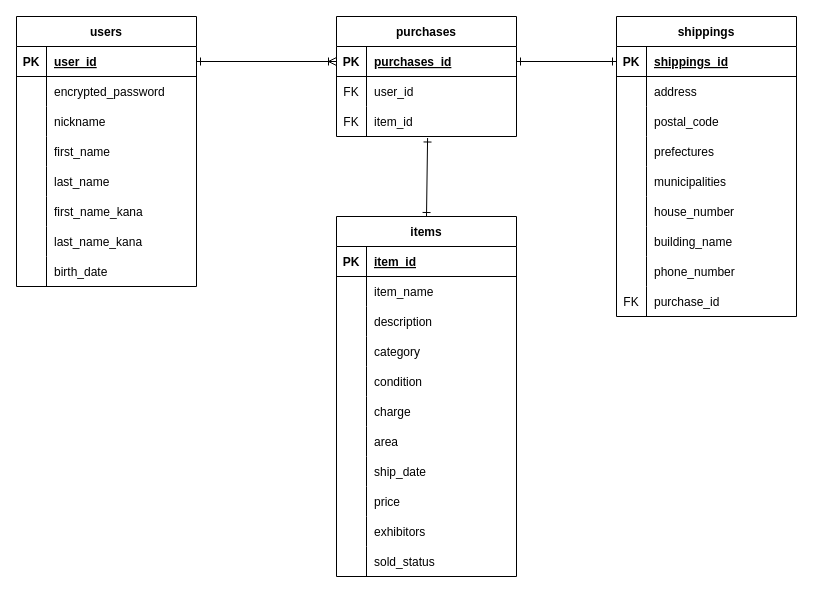
Earlier version of the draw.io diagram DB.dio (okazawayu/furima-38066). Source tidied: cells renumbered, new cells numbered last; positions are measured from the earlier drawing's top-left corner, leaving out a move shared by most shapes. Both pictures are drawn from the tidied source at 100%, with x=0, y=0 at pixel (16, 16).
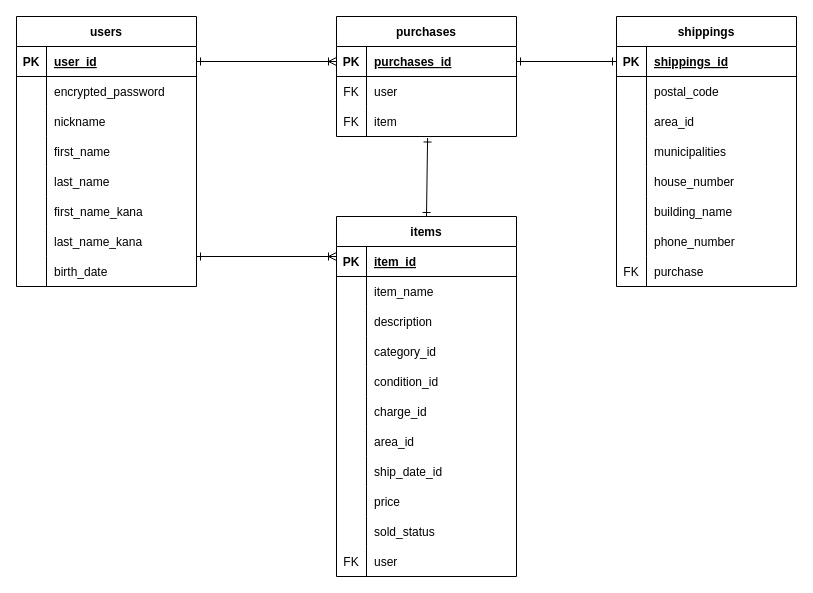
The same page after the edit.

Unchanged cells that the change refers to:
```xml
<mxCell id="6" style="shape=partialRectangle;fillColor=none;top=0;left=0;bottom=0;right=0;" parent="2" vertex="1">
  <mxGeometry y="60" width="180" height="30" as="geometry" />
</mxCell>
<mxCell id="9" style="shape=partialRectangle;fillColor=none;top=0;left=0;bottom=0;right=0;points=[[0,0.5],[1,0.5]];portConstraint=eastwest;" parent="2" vertex="1">
  <mxGeometry y="90" width="180" height="30" as="geometry" />
</mxCell>
<mxCell id="12" value="items" style="shape=table;startSize=30;childLayout=tableLayout;rowLines=0;fontStyle=1;align=center;" parent="1" vertex="1">
  <mxGeometry x="320" y="200" width="180" height="360" as="geometry" />
</mxCell>
<mxCell id="22" style="shape=partialRectangle;fillColor=none;top=0;left=0;bottom=0;right=0;" parent="12" vertex="1">
  <mxGeometry y="120" width="180" height="30" as="geometry" />
</mxCell>
<mxCell id="25" style="shape=partialRectangle;fillColor=none;top=0;left=0;bottom=0;right=0;" parent="12" vertex="1">
  <mxGeometry y="150" width="180" height="30" as="geometry" />
</mxCell>
<mxCell id="28" style="shape=partialRectangle;fillColor=none;top=0;left=0;bottom=0;right=0;" parent="12" vertex="1">
  <mxGeometry y="180" width="180" height="30" as="geometry" />
</mxCell>
<mxCell id="31" style="shape=partialRectangle;fillColor=none;top=0;left=0;bottom=0;right=0;" parent="12" vertex="1">
  <mxGeometry y="210" width="180" height="30" as="geometry" />
</mxCell>
<mxCell id="34" style="shape=partialRectangle;fillColor=none;top=0;left=0;bottom=0;right=0;" parent="12" vertex="1">
  <mxGeometry y="240" width="180" height="30" as="geometry" />
</mxCell>
```

What changed in the source:
```diff
@@
-    <mxCell id="8" value="user_id" style="shape=partialRectangle;fillColor=none;top=0;left=0;bottom=0;right=0;align=left;spacingLeft=6;overflow=hidden;" parent="6" vertex="1">
+    <mxCell id="8" value="user" style="shape=partialRectangle;fillColor=none;top=0;left=0;bottom=0;right=0;align=left;spacingLeft=6;overflow=hidden;" parent="6" vertex="1">
       <mxGeometry x="30" width="150" height="30" as="geometry" />
     </mxCell>
@@
-    <mxCell id="11" value="item_id" style="shape=partialRectangle;fillColor=none;top=0;left=0;bottom=0;right=0;align=left;spacingLeft=6;overflow=hidden;" parent="9" vertex="1">
+    <mxCell id="11" value="item" style="shape=partialRectangle;fillColor=none;top=0;left=0;bottom=0;right=0;align=left;spacingLeft=6;overflow=hidden;" parent="9" vertex="1">
       <mxGeometry x="30" width="150" height="30" as="geometry" />
     </mxCell>
@@
-    <mxCell id="24" value="category" style="shape=partialRectangle;fillColor=none;top=0;left=0;bottom=0;right=0;align=left;spacingLeft=6;overflow=hidden;" parent="22" vertex="1">
+    <mxCell id="24" value="category_id" style="shape=partialRectangle;fillColor=none;top=0;left=0;bottom=0;right=0;align=left;spacingLeft=6;overflow=hidden;" parent="22" vertex="1">
       <mxGeometry x="30" width="150" height="30" as="geometry" />
     </mxCell>
@@
-    <mxCell id="27" value="condition" style="shape=partialRectangle;fillColor=none;top=0;left=0;bottom=0;right=0;align=left;spacingLeft=6;overflow=hidden;" parent="25" vertex="1">
+    <mxCell id="27" value="condition_id" style="shape=partialRectangle;fillColor=none;top=0;left=0;bottom=0;right=0;align=left;spacingLeft=6;overflow=hidden;" parent="25" vertex="1">
       <mxGeometry x="30" width="150" height="30" as="geometry" />
     </mxCell>
@@
-    <mxCell id="30" value="charge" style="shape=partialRectangle;fillColor=none;top=0;left=0;bottom=0;right=0;align=left;spacingLeft=6;overflow=hidden;" parent="28" vertex="1">
+    <mxCell id="30" value="charge_id" style="shape=partialRectangle;fillColor=none;top=0;left=0;bottom=0;right=0;align=left;spacingLeft=6;overflow=hidden;" parent="28" vertex="1">
       <mxGeometry x="30" width="150" height="30" as="geometry" />
     </mxCell>
@@
-    <mxCell id="33" value="area" style="shape=partialRectangle;fillColor=none;top=0;left=0;bottom=0;right=0;align=left;spacingLeft=6;overflow=hidden;" parent="31" vertex="1">
+    <mxCell id="33" value="area_id" style="shape=partialRectangle;fillColor=none;top=0;left=0;bottom=0;right=0;align=left;spacingLeft=6;overflow=hidden;" parent="31" vertex="1">
       <mxGeometry x="30" width="150" height="30" as="geometry" />
     </mxCell>
@@
-    <mxCell id="36" value="ship_date" style="shape=partialRectangle;fillColor=none;top=0;left=0;bottom=0;right=0;align=left;spacingLeft=6;overflow=hidden;" parent="34" vertex="1">
+    <mxCell id="36" value="ship_date_id" style="shape=partialRectangle;fillColor=none;top=0;left=0;bottom=0;right=0;align=left;spacingLeft=6;overflow=hidden;" parent="34" vertex="1">
       <mxGeometry x="30" width="150" height="30" as="geometry" />
     </mxCell>
@@
-    <mxCell id="40" style="shape=partialRectangle;fillColor=none;top=0;left=0;bottom=0;right=0;" parent="12" vertex="1">
-      <mxGeometry y="300" width="180" height="30" as="geometry" />
-    </mxCell>
-    <mxCell id="41" style="shape=partialRectangle;fillColor=none;top=0;left=0;bottom=0;right=0;overflow=hidden;" parent="40" vertex="1">
-      <mxGeometry width="30" height="30" as="geometry" />
-    </mxCell>
-    <mxCell id="42" value="exhibitors" style="shape=partialRectangle;fillColor=none;top=0;left=0;bottom=0;right=0;align=left;spacingLeft=6;overflow=hidden;" parent="40" vertex="1">
-      <mxGeometry x="30" width="150" height="30" as="geometry" />
-    </mxCell>
     <mxCell id="43" style="shape=partialRectangle;fillColor=none;top=0;left=0;bottom=0;right=0;" parent="12" vertex="1">
-      <mxGeometry y="330" width="180" height="30" as="geometry" />
+      <mxGeometry y="300" width="180" height="30" as="geometry" />
     </mxCell>
@@
+    <mxCell id="102" style="shape=partialRectangle;fillColor=none;top=0;left=0;bottom=0;right=0;" parent="12" vertex="1">
+      <mxGeometry y="330" width="180" height="30" as="geometry" />
+    </mxCell>
+    <mxCell id="103" value="FK" style="shape=partialRectangle;fillColor=none;top=0;left=0;bottom=0;right=0;overflow=hidden;" parent="102" vertex="1">
+      <mxGeometry width="30" height="30" as="geometry" />
+    </mxCell>
+    <mxCell id="104" value="user" style="shape=partialRectangle;fillColor=none;top=0;left=0;bottom=0;right=0;align=left;spacingLeft=6;overflow=hidden;" parent="102" vertex="1">
+      <mxGeometry x="30" width="150" height="30" as="geometry" />
+    </mxCell>
     <mxCell id="46" value="shippings" style="shape=table;startSize=30;childLayout=tableLayout;rowLines=0;fontStyle=1;align=center;" parent="1" vertex="1">
-      <mxGeometry x="600" width="180" height="300" as="geometry" />
+      <mxGeometry x="600" width="180" height="270" as="geometry" />
     </mxCell>
@@
-    <mxCell id="50" style="shape=partialRectangle;fillColor=none;top=0;left=0;bottom=0;right=0;" parent="46" vertex="1">
-      <mxGeometry y="60" width="180" height="30" as="geometry" />
-    </mxCell>
-    <mxCell id="51" style="shape=partialRectangle;fillColor=none;top=0;left=0;bottom=0;right=0;overflow=hidden;" parent="50" vertex="1">
-      <mxGeometry width="30" height="30" as="geometry" />
-    </mxCell>
-    <mxCell id="52" value="address" style="shape=partialRectangle;fillColor=none;top=0;left=0;bottom=0;right=0;align=left;spacingLeft=6;overflow=hidden;" parent="50" vertex="1">
-      <mxGeometry x="30" width="150" height="30" as="geometry" />
-    </mxCell>
     <mxCell id="53" style="shape=partialRectangle;fillColor=none;top=0;left=0;bottom=0;right=0;" parent="46" vertex="1">
-      <mxGeometry y="90" width="180" height="30" as="geometry" />
+      <mxGeometry y="60" width="180" height="30" as="geometry" />
     </mxCell>
@@
     <mxCell id="56" style="shape=partialRectangle;fillColor=none;top=0;left=0;bottom=0;right=0;" parent="46" vertex="1">
-      <mxGeometry y="120" width="180" height="30" as="geometry" />
+      <mxGeometry y="90" width="180" height="30" as="geometry" />
     </mxCell>
@@
-    <mxCell id="58" value="prefectures" style="shape=partialRectangle;fillColor=none;top=0;left=0;bottom=0;right=0;align=left;spacingLeft=6;overflow=hidden;" parent="56" vertex="1">
+    <mxCell id="58" value="area_id" style="shape=partialRectangle;fillColor=none;top=0;left=0;bottom=0;right=0;align=left;spacingLeft=6;overflow=hidden;" parent="56" vertex="1">
       <mxGeometry x="30" width="150" height="30" as="geometry" />
     </mxCell>
     <mxCell id="59" style="shape=partialRectangle;fillColor=none;top=0;left=0;bottom=0;right=0;" parent="46" vertex="1">
-      <mxGeometry y="150" width="180" height="30" as="geometry" />
+      <mxGeometry y="120" width="180" height="30" as="geometry" />
     </mxCell>
@@
     <mxCell id="62" style="shape=partialRectangle;fillColor=none;top=0;left=0;bottom=0;right=0;" parent="46" vertex="1">
-      <mxGeometry y="180" width="180" height="30" as="geometry" />
+      <mxGeometry y="150" width="180" height="30" as="geometry" />
     </mxCell>
@@
     <mxCell id="65" style="shape=partialRectangle;fillColor=none;top=0;left=0;bottom=0;right=0;" parent="46" vertex="1">
-      <mxGeometry y="210" width="180" height="30" as="geometry" />
+      <mxGeometry y="180" width="180" height="30" as="geometry" />
     </mxCell>
@@
     <mxCell id="68" style="shape=partialRectangle;fillColor=none;top=0;left=0;bottom=0;right=0;" parent="46" vertex="1">
-      <mxGeometry y="240" width="180" height="30" as="geometry" />
+      <mxGeometry y="210" width="180" height="30" as="geometry" />
     </mxCell>
@@
     <mxCell id="71" style="shape=partialRectangle;fillColor=none;top=0;left=0;bottom=0;right=0;" parent="46" vertex="1">
-      <mxGeometry y="270" width="180" height="30" as="geometry" />
+      <mxGeometry y="240" width="180" height="30" as="geometry" />
     </mxCell>
@@
-    <mxCell id="73" value="purchase_id" style="shape=partialRectangle;fillColor=none;top=0;left=0;bottom=0;right=0;align=left;spacingLeft=6;overflow=hidden;" parent="71" vertex="1">
+    <mxCell id="73" value="purchase" style="shape=partialRectangle;fillColor=none;top=0;left=0;bottom=0;right=0;align=left;spacingLeft=6;overflow=hidden;" parent="71" vertex="1">
       <mxGeometry x="30" width="150" height="30" as="geometry" />
     </mxCell>
@@
+    <mxCell id="105" style="edgeStyle=none;html=1;endArrow=ERoneToMany;endFill=0;strokeWidth=1;startArrow=ERone;startFill=0;" parent="1" edge="1">
+      <mxGeometry relative="1" as="geometry">
+        <mxPoint x="180" y="240" as="sourcePoint" />
+        <mxPoint x="320" y="240" as="targetPoint" />
+      </mxGeometry>
+    </mxCell>
```
